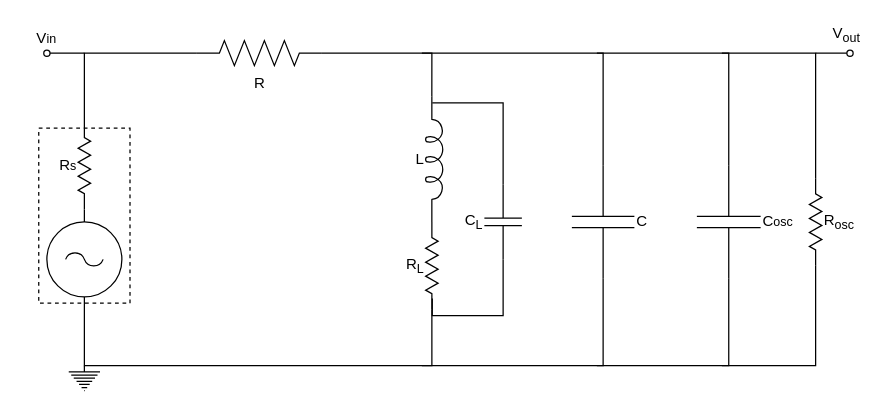
Earlier version of the draw.io diagram esp4/Immagini/Schemi circuiti/RLC_completo.drawio (Matteo294/LAB2). Source tidied: cells renumbered, new cells numbered last; positions are measured from the earlier drawing's top-left corner, leaving out a move shared by most shapes. Both pictures are drawn from the tidied source at 125%, with x=0, y=0 at pixel (21, 21).
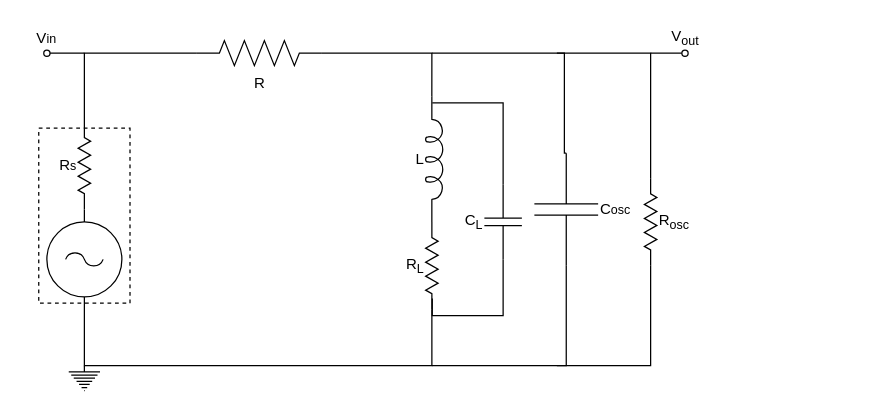
The same diagram, later.

The edit, as a diff of the source:
```diff
@@
-    <mxCell id="5" style="edgeStyle=orthogonalEdgeStyle;rounded=0;jettySize=auto;html=1;exitX=0;exitY=0.5;exitDx=0;exitDy=0;exitPerimeter=0;endArrow=none;endFill=0;" parent="1" edge="1" source="7">
-      <mxGeometry relative="1" as="geometry">
-        <mxPoint x="320" y="25" as="targetPoint" />
-        <Array as="points">
-          <mxPoint x="465" y="25" />
-        </Array>
-      </mxGeometry>
-    </mxCell>
-    <mxCell id="6" style="edgeStyle=orthogonalEdgeStyle;rounded=0;jettySize=auto;html=1;exitX=1;exitY=0.5;exitDx=0;exitDy=0;exitPerimeter=0;endArrow=none;endFill=0;" parent="1" edge="1" source="7">
-      <mxGeometry relative="1" as="geometry">
-        <mxPoint x="320" y="275" as="targetPoint" />
-        <Array as="points">
-          <mxPoint x="465" y="275" />
-          <mxPoint x="320" y="275" />
-        </Array>
-      </mxGeometry>
-    </mxCell>
-    <mxCell id="7" value="C" style="verticalLabelPosition=middle;shadow=0;dashed=0;align=left;fillColor=#ffffff;html=1;verticalAlign=middle;strokeWidth=1;shape=mxgraph.electrical.capacitors.capacitor_1;direction=south;labelPosition=right;" parent="1" vertex="1">
-      <mxGeometry x="440" y="115" width="50" height="90" as="geometry" />
-    </mxCell>
     <mxCell id="8" style="edgeStyle=orthogonalEdgeStyle;rounded=0;jettySize=auto;html=1;exitX=0;exitY=0.5;exitDx=0;exitDy=0;exitPerimeter=0;endArrow=none;endFill=0;" parent="1" edge="1" source="10">
       <mxGeometry relative="1" as="geometry">
-        <mxPoint x="460" y="25" as="targetPoint" />
+        <mxPoint x="328" y="25" as="targetPoint" />
         <Array as="points">
-          <mxPoint x="566" y="25" />
+          <mxPoint x="434" y="25" />
         </Array>
       </mxGeometry>
     </mxCell>
     <mxCell id="9" style="edgeStyle=orthogonalEdgeStyle;rounded=0;jettySize=auto;html=1;exitX=1;exitY=0.5;exitDx=0;exitDy=0;exitPerimeter=0;endArrow=none;endFill=0;" parent="1" edge="1" source="10">
       <mxGeometry relative="1" as="geometry">
-        <mxPoint x="460" y="275" as="targetPoint" />
+        <mxPoint x="328" y="275" as="targetPoint" />
         <Array as="points">
-          <mxPoint x="566" y="275" />
-          <mxPoint x="460" y="275" />
+          <mxPoint x="434" y="275" />
+          <mxPoint x="328" y="275" />
         </Array>
       </mxGeometry>
     </mxCell>
     <mxCell id="10" value="C&lt;span style=&quot;font-size: 10px&quot;&gt;osc&lt;/span&gt;" style="verticalLabelPosition=middle;shadow=0;dashed=0;align=left;fillColor=#ffffff;html=1;verticalAlign=middle;strokeWidth=1;shape=mxgraph.electrical.capacitors.capacitor_1;direction=south;labelPosition=right;" parent="1" vertex="1">
-      <mxGeometry x="540" y="115" width="51" height="90" as="geometry" />
+      <mxGeometry x="410" y="105" width="51" height="90" as="geometry" />
     </mxCell>
@@
     <mxCell id="14" style="edgeStyle=orthogonalEdgeStyle;rounded=0;jettySize=auto;html=1;exitX=0;exitY=0.5;exitDx=0;exitDy=0;exitPerimeter=0;endArrow=none;endFill=0;" parent="1" edge="1" source="16">
       <mxGeometry relative="1" as="geometry">
-        <mxPoint x="560" y="25" as="targetPoint" />
+        <mxPoint x="428" y="25" as="targetPoint" />
         <Array as="points">
-          <mxPoint x="635" y="25" />
+          <mxPoint x="503" y="25" />
         </Array>
       </mxGeometry>
     </mxCell>
     <mxCell id="15" style="edgeStyle=orthogonalEdgeStyle;rounded=0;jettySize=auto;html=1;exitX=1;exitY=0.5;exitDx=0;exitDy=0;exitPerimeter=0;endArrow=none;endFill=0;" parent="1" edge="1" source="16">
       <mxGeometry relative="1" as="geometry">
-        <mxPoint x="560" y="275" as="targetPoint" />
+        <mxPoint x="428" y="275" as="targetPoint" />
         <Array as="points">
-          <mxPoint x="635" y="275" />
-          <mxPoint x="560" y="275" />
+          <mxPoint x="503" y="275" />
+          <mxPoint x="428" y="275" />
         </Array>
       </mxGeometry>
     </mxCell>
     <mxCell id="16" value="R&lt;sub&gt;osc&lt;/sub&gt;" style="verticalLabelPosition=middle;shadow=0;dashed=0;align=left;fillColor=#ffffff;html=1;verticalAlign=middle;strokeWidth=1;shape=mxgraph.electrical.resistors.resistor_2;direction=south;labelPosition=right;" parent="1" vertex="1">
-      <mxGeometry x="630" y="125" width="10" height="70" as="geometry" />
+      <mxGeometry x="498" y="125" width="10" height="70" as="geometry" />
     </mxCell>
@@
     <mxCell id="27" style="verticalLabelPosition=bottom;shadow=0;dashed=0;align=center;html=1;verticalAlign=top;strokeWidth=1;shape=ellipse;fillColor=none;" parent="1" vertex="1">
-      <mxGeometry x="660" y="22.5" width="5" height="5" as="geometry" />
+      <mxGeometry x="528" y="22.5" width="5" height="5" as="geometry" />
     </mxCell>
     <mxCell id="28" style="endArrow=none;html=1;strokeWidth=1;" parent="1" edge="1" target="27">
       <mxGeometry relative="1" as="geometry">
-        <mxPoint x="635" y="25" as="sourcePoint" />
+        <mxPoint x="503" y="25" as="sourcePoint" />
         <Array as="points">
-          <mxPoint x="650" y="25" />
+          <mxPoint x="518" y="25" />
         </Array>
       </mxGeometry>
     </mxCell>
     <mxCell id="29" value="&lt;span style=&quot;white-space: nowrap&quot;&gt;V&lt;/span&gt;&lt;sub style=&quot;white-space: nowrap&quot;&gt;out&lt;/sub&gt;" style="text;html=1;strokeColor=none;fillColor=none;align=center;verticalAlign=middle;whiteSpace=wrap;rounded=0;dashed=1;fontSize=12;" parent="1" vertex="1">
-      <mxGeometry x="640" width="40" height="20" as="geometry" />
+      <mxGeometry x="510.5" y="2.5" width="40" height="20" as="geometry" />
     </mxCell>
```
